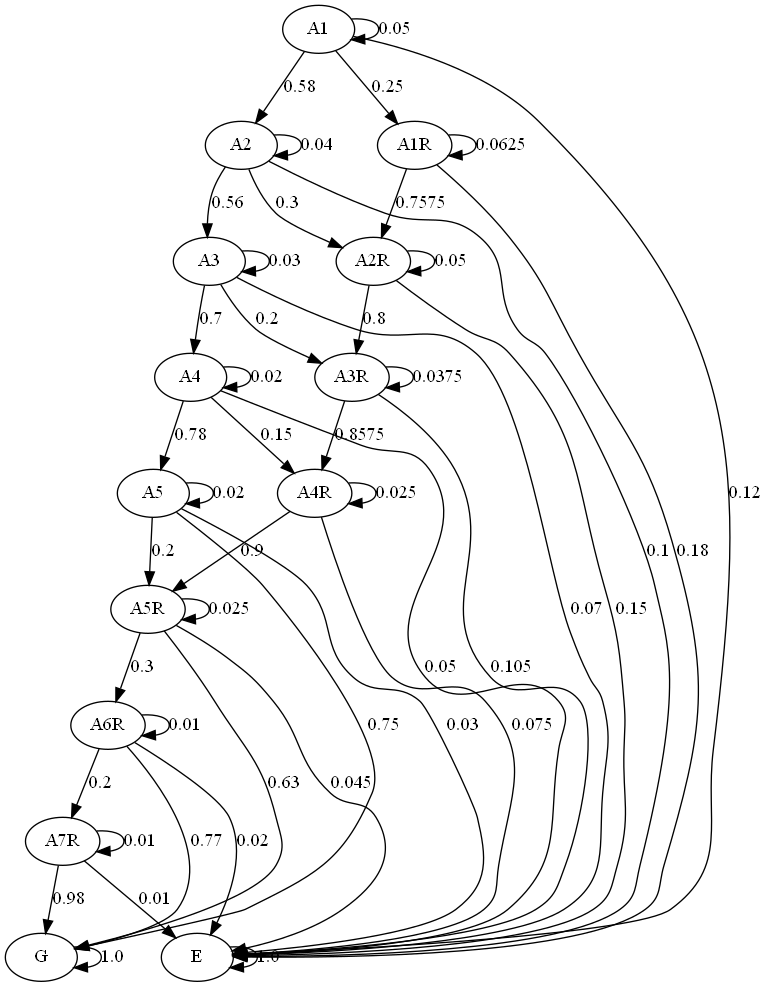
Before: graph/markov.png, a diagram exported from Graphviz (JulianaFerreira/educacao). Its source is kept beside it as graph/markov.dot.
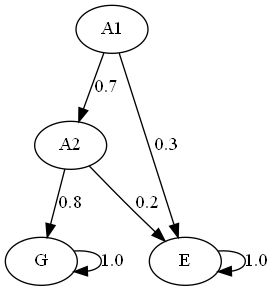
Above is the later version.

Change to the diagram source:
```diff
@@ -1,61 +1,12 @@
 digraph  {
 A1;
 A2;
-A3;
-A4;
-A5;
-A1R;
-A2R;
-A3R;
-A4R;
-A5R;
-A6R;
-A7R;
 G;
 E;
-A1 -> A1  [key=0, label="0.05", weight="0.05"];
-A1 -> A2  [key=0, label="0.58", weight="0.58"];
-A1 -> A1R  [key=0, label="0.25", weight="0.25"];
-A1 -> E  [key=0, label="0.12", weight="0.12"];
-A2 -> A2  [key=0, label="0.04", weight="0.04"];
-A2 -> A3  [key=0, label="0.56", weight="0.56"];
-A2 -> A2R  [key=0, label="0.3", weight="0.3"];
-A2 -> E  [key=0, label="0.1", weight="0.1"];
-A3 -> A3  [key=0, label="0.03", weight="0.03"];
-A3 -> A4  [key=0, label="0.7", weight="0.7"];
-A3 -> A3R  [key=0, label="0.2", weight="0.2"];
-A3 -> E  [key=0, label="0.07", weight="0.07"];
-A4 -> A4  [key=0, label="0.02", weight="0.02"];
-A4 -> A5  [key=0, label="0.78", weight="0.78"];
-A4 -> A4R  [key=0, label="0.15", weight="0.15"];
-A4 -> E  [key=0, label="0.05", weight="0.05"];
-A5 -> A5  [key=0, label="0.02", weight="0.02"];
-A5 -> A5R  [key=0, label="0.2", weight="0.2"];
-A5 -> G  [key=0, label="0.75", weight="0.75"];
-A5 -> E  [key=0, label="0.03", weight="0.03"];
-A1R -> A1R  [key=0, label="0.0625", weight="0.0625"];
-A1R -> A2R  [key=0, label="0.7575", weight="0.7575"];
-A1R -> E  [key=0, label="0.18", weight="0.18"];
-A2R -> A2R  [key=0, label="0.05", weight="0.05"];
-A2R -> A3R  [key=0, label="0.8", weight="0.8"];
-A2R -> E  [key=0, label="0.15", weight="0.15"];
-A3R -> A3R  [key=0, label="0.0375", weight="0.0375"];
-A3R -> A4R  [key=0, label="0.8575", weight="0.8575"];
-A3R -> E  [key=0, label="0.105", weight="0.105"];
-A4R -> A4R  [key=0, label="0.025", weight="0.025"];
-A4R -> A5R  [key=0, label="0.9", weight="0.9"];
-A4R -> E  [key=0, label="0.075", weight="0.075"];
-A5R -> A5R  [key=0, label="0.025", weight="0.025"];
-A5R -> A6R  [key=0, label="0.3", weight="0.3"];
-A5R -> G  [key=0, label="0.63", weight="0.63"];
-A5R -> E  [key=0, label="0.045", weight="0.045"];
-A6R -> A6R  [key=0, label="0.01", weight="0.01"];
-A6R -> A7R  [key=0, label="0.2", weight="0.2"];
-A6R -> G  [key=0, label="0.77", weight="0.77"];
-A6R -> E  [key=0, label="0.02", weight="0.02"];
-A7R -> A7R  [key=0, label="0.01", weight="0.01"];
-A7R -> G  [key=0, label="0.98", weight="0.98"];
-A7R -> E  [key=0, label="0.01", weight="0.01"];
+A1 -> A2  [key=0, label="0.7", weight="0.7"];
+A1 -> E  [key=0, label="0.3", weight="0.3"];
+A2 -> G  [key=0, label="0.8", weight="0.8"];
+A2 -> E  [key=0, label="0.2", weight="0.2"];
 G -> G  [key=0, label="1.0", weight="1.0"];
 E -> E  [key=0, label="1.0", weight="1.0"];
 }
```
